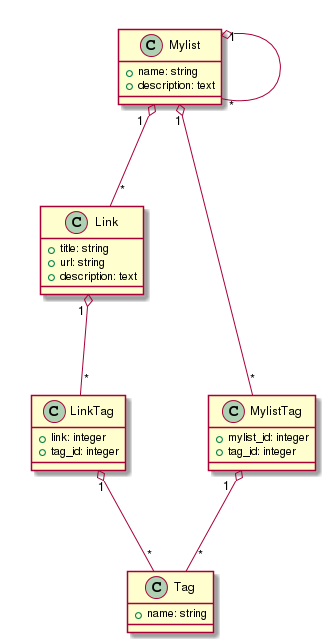
Earlier version of the PlantUML export model/table.png (gitter-badger/easy-linkst).
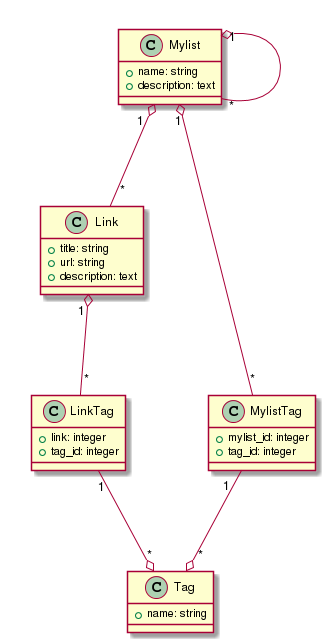
The same diagram one commit later.

Commit message:
(model/table) fix: TagとLinkTag, MylistTagの関係性が逆だったのを修正

What changed in the source:
```diff
@@ -28,8 +28,8 @@
 Mylist "1" o-- "*" Mylist
 Mylist "1" o-- "*" Link
 Mylist "1" o-- "*" MylistTag
-MylistTag "1" o-- "*" Tag
+MylistTag "1" --o "*" Tag
 Link "1" o-- "*" LinkTag
-LinkTag "1" o-- "*" Tag
+LinkTag "1" --o "*" Tag
 
 @enduml
```
